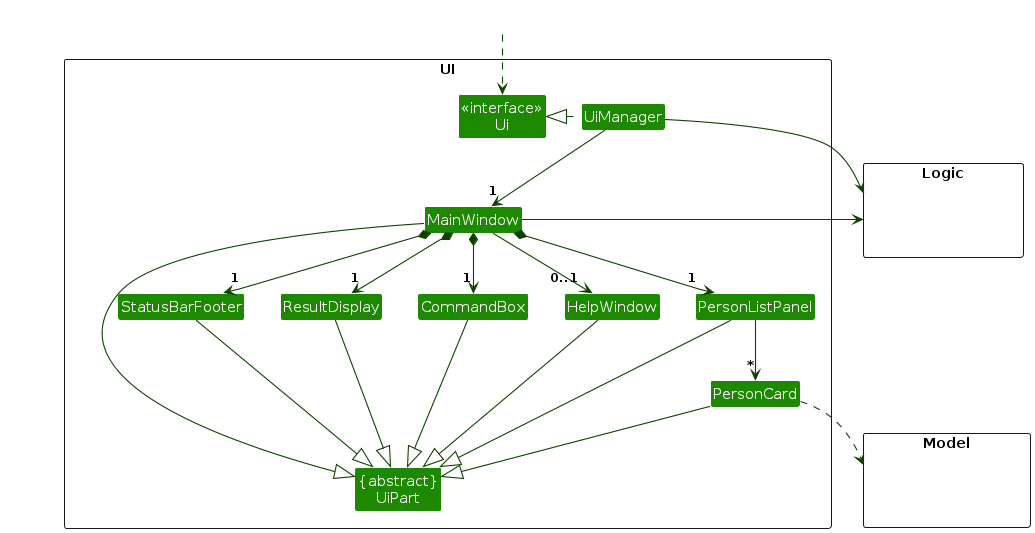
AY2627S1-CS2103T-T13-1/tp keeps this PlantUML diagram as diagrams/UiClassDiagram.png. Above is the earlier version. Its source is kept beside it as diagrams/UiClassDiagram.puml.
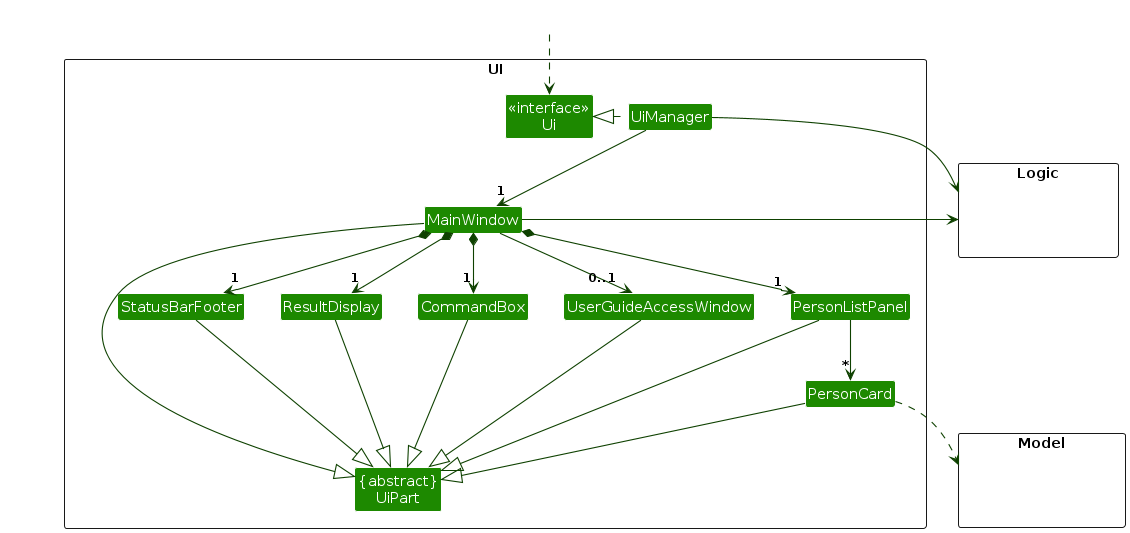
Later version of the same file.

What changed in the source:
```diff
@@ -9,7 +9,7 @@
 Class "{abstract}\nUiPart" as UiPart
 Class UiManager
 Class MainWindow
-Class HelpWindow
+Class UserGuideAccessWindow
 Class ResultDisplay
 Class PersonListPanel
 Class PersonCard
@@ -34,7 +34,7 @@
 MainWindow *-down-> "1" ResultDisplay
 MainWindow *-down-> "1" PersonListPanel
 MainWindow *-down-> "1" StatusBarFooter
-MainWindow --> "0..1" HelpWindow
+MainWindow --> "0..1" UserGuideAccessWindow
 
 PersonListPanel -down-> "*" PersonCard
 
@@ -45,14 +45,14 @@
 PersonListPanel --|> UiPart
 PersonCard --|> UiPart
 StatusBarFooter --|> UiPart
-HelpWindow --|> UiPart
+UserGuideAccessWindow --|> UiPart
 
 PersonCard ..> Model
 UiManager -right-> Logic
 MainWindow -left-> Logic
 
-PersonListPanel -[hidden]left- HelpWindow
-HelpWindow -[hidden]left- CommandBox
+PersonListPanel -[hidden]left- UserGuideAccessWindow
+UserGuideAccessWindow -[hidden]left- CommandBox
 CommandBox -[hidden]left- ResultDisplay
 ResultDisplay -[hidden]left- StatusBarFooter
 
```
